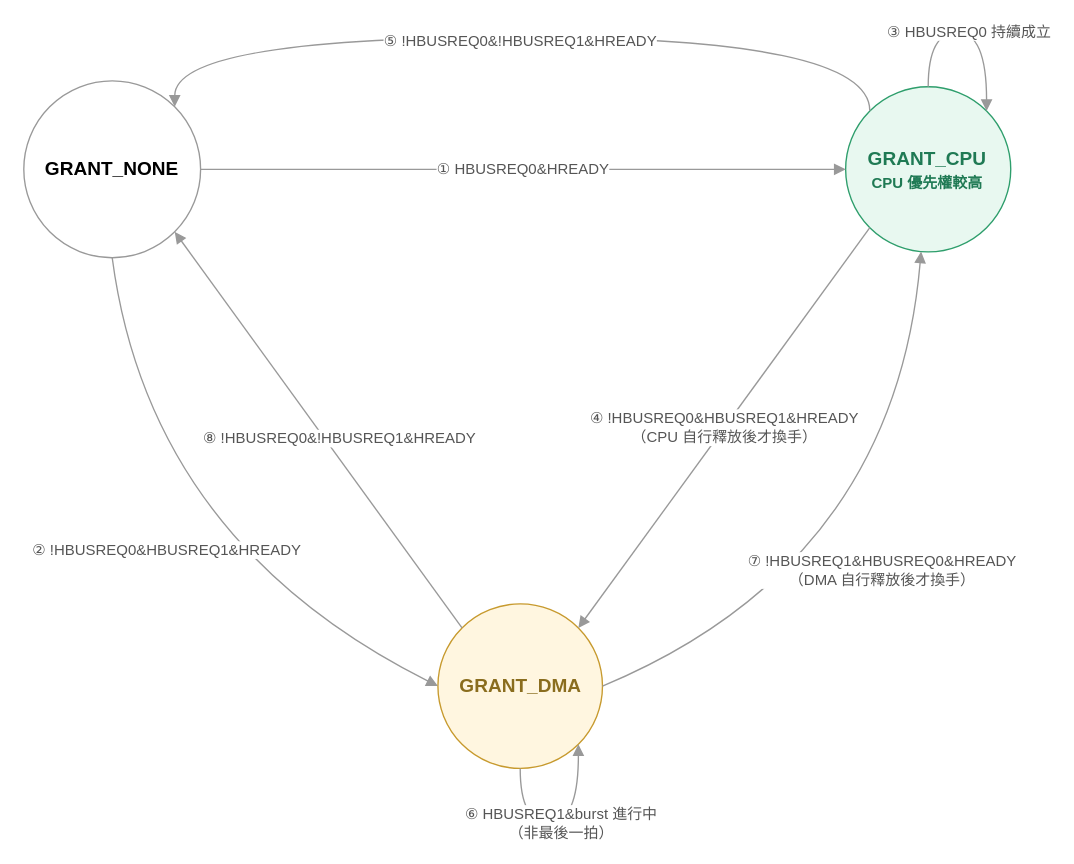
The draw.io diagram HW1/Upload/ahb_arbiter_fsm.drawio in shj-F115112128/SOC_Practice, before the edit. Source tidied: cells renumbered, new cells numbered last; positions are measured from the earlier drawing's top-left corner, leaving out a move shared by most shapes. Both pictures are drawn from the tidied source at 136%, with x=0, y=0 at pixel (23, 31).
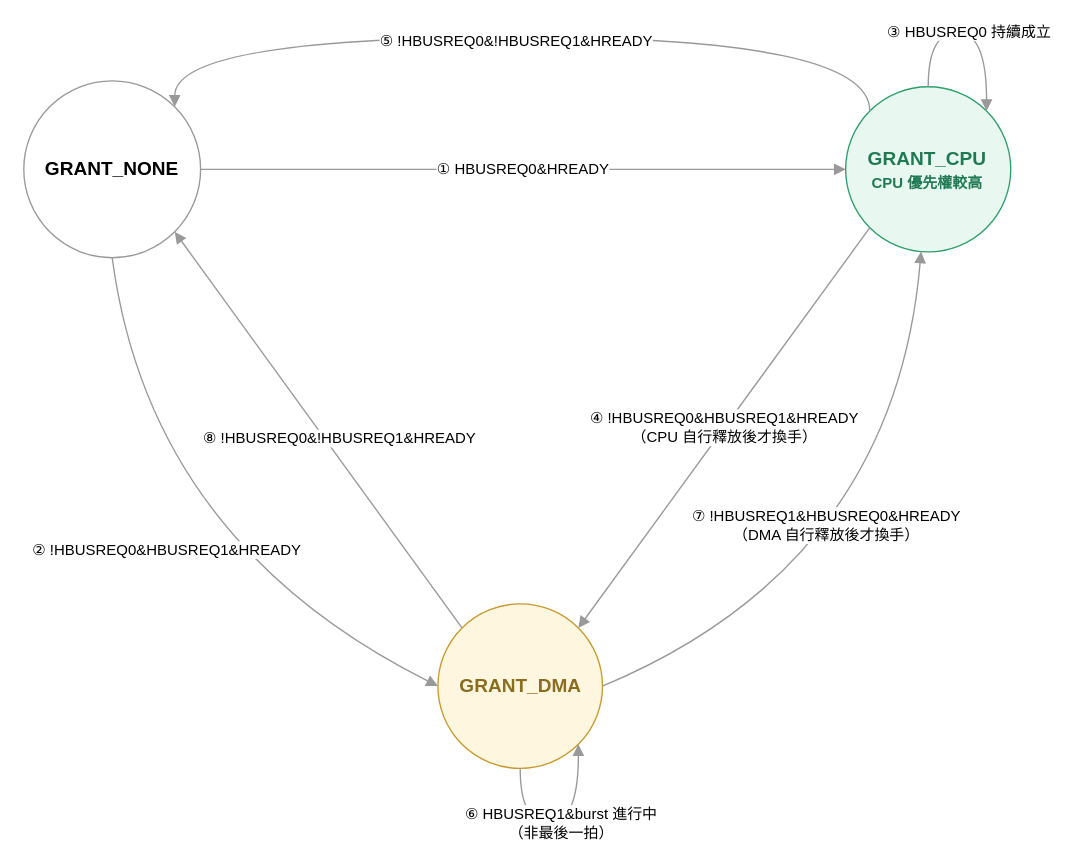
The same diagram, later.

The change refers to these unchanged cells:
```xml
<mxCell id="2" value="GRANT_NONE" style="ellipse;whiteSpace=wrap;html=1;fillColor=#FFFFFF;strokeColor=#999999;fontSize=14;fontStyle=1;" parent="1" vertex="1">
  <mxGeometry y="36" width="130" height="130" as="geometry" />
</mxCell>
<mxCell id="3" value="GRANT_CPU&#10;&lt;font style=&quot;font-size:11px&quot; color=&quot;#1F7A54&quot;&gt;CPU 優先權較高&lt;/font&gt;" style="ellipse;whiteSpace=wrap;html=1;fillColor=#E8F8F0;strokeColor=#2E9E6C;fontColor=#1F7A54;fontSize=14;fontStyle=1;" parent="1" vertex="1">
  <mxGeometry x="604.3" y="40.3" width="121.4" height="121.4" as="geometry" />
</mxCell>
<mxCell id="4" value="GRANT_DMA" style="ellipse;whiteSpace=wrap;html=1;fillColor=#FFF6E0;strokeColor=#C79A2E;fontColor=#8A6D1E;fontSize=14;fontStyle=1;" parent="1" vertex="1">
  <mxGeometry x="304.5" y="420.5" width="121" height="121" as="geometry" />
</mxCell>
```

What changed in the source:
```diff
@@
-    <mxCell id="5" value="① HBUSREQ0&amp;HREADY" style="curved=1;endArrow=block;html=1;strokeColor=#999999;fontSize=11;fontColor=#555555;" parent="1" edge="1" source="2" target="3">
+    <mxCell id="5" value="&lt;span style=&quot;color: light-dark(rgb(0, 0, 0), rgb(102, 102, 102));&quot;&gt;① HBUSREQ0&amp;amp;HREADY&lt;/span&gt;" style="curved=1;endArrow=block;html=1;strokeColor=#999999;fontSize=11;fontColor=#555555;" parent="1" edge="1" source="2" target="3">
       <mxGeometry relative="1" as="geometry" />
     </mxCell>
-    <mxCell id="6" value="② !HBUSREQ0&amp;HBUSREQ1&amp;HREADY" style="curved=1;endArrow=block;html=1;strokeColor=#999999;fontSize=11;fontColor=#555555;exitX=0.5;exitY=1;exitDx=0;exitDy=0;entryX=0;entryY=0.5;entryDx=0;entryDy=0;" parent="1" edge="1" source="2" target="4">
+    <mxCell id="6" value="&lt;span style=&quot;color: light-dark(rgb(0, 0, 0), rgb(102, 102, 102));&quot;&gt;② !HBUSREQ0&amp;amp;HBUSREQ1&amp;amp;HREADY&lt;/span&gt;" style="curved=1;endArrow=block;html=1;strokeColor=#999999;fontSize=11;fontColor=#555555;exitX=0.5;exitY=1;exitDx=0;exitDy=0;entryX=0;entryY=0.5;entryDx=0;entryDy=0;" parent="1" edge="1" source="2" target="4">
       <mxGeometry relative="1" as="geometry">
         <Array as="points">
           <mxPoint x="92.6" y="374.8" />
         </Array>
       </mxGeometry>
     </mxCell>
-    <mxCell id="7" value="③ HBUSREQ0 持續成立" style="curved=1;endArrow=block;html=1;strokeColor=#999999;fontSize=11;fontColor=#555555;exitX=0.5;exitY=0;exitDx=0;exitDy=0;entryX=1;entryY=0;entryDx=0;entryDy=0;edgeStyle=orthogonalEdgeStyle;innerLoopWaypoints=1;" parent="1" edge="1" source="3" target="3">
+    <mxCell id="7" value="&lt;span style=&quot;color: light-dark(rgb(0, 0, 0), rgb(102, 102, 102));&quot;&gt;③ HBUSREQ0 持續成立&lt;/span&gt;" style="curved=1;endArrow=block;html=1;strokeColor=#999999;fontSize=11;fontColor=#555555;exitX=0.5;exitY=0;exitDx=0;exitDy=0;entryX=1;entryY=0;entryDx=0;entryDy=0;edgeStyle=orthogonalEdgeStyle;innerLoopWaypoints=1;" parent="1" edge="1" source="3" target="3">
       <mxGeometry relative="1" as="geometry">
         <Array as="points">
           <mxPoint x="665" y="0.3" />
           <mxPoint x="707.9" y="0.3" />
         </Array>
       </mxGeometry>
     </mxCell>
-    <mxCell id="8" value="④ !HBUSREQ0&amp;HBUSREQ1&amp;HREADY&#10;（CPU 自行釋放後才換手）" style="curved=1;endArrow=block;html=1;strokeColor=#999999;fontSize=11;fontColor=#555555;entryX=1;entryY=0;entryDx=0;entryDy=0;exitX=0;exitY=1;exitDx=0;exitDy=0;" parent="1" edge="1" source="3" target="4">
+    <mxCell id="8" value="&lt;span style=&quot;color: light-dark(rgb(0, 0, 0), rgb(102, 102, 102));&quot;&gt;④ !HBUSREQ0&amp;amp;HBUSREQ1&amp;amp;HREADY&lt;br&gt;（CPU 自行釋放後才換手）&lt;/span&gt;" style="curved=1;endArrow=block;html=1;strokeColor=#999999;fontSize=11;fontColor=#555555;entryX=1;entryY=0;entryDx=0;entryDy=0;exitX=0;exitY=1;exitDx=0;exitDy=0;" parent="1" edge="1" source="3" target="4">
       <mxGeometry relative="1" as="geometry" />
     </mxCell>
-    <mxCell id="9" value="⑤ !HBUSREQ0&amp;!HBUSREQ1&amp;HREADY" style="curved=1;endArrow=block;html=1;strokeColor=#999999;fontSize=11;fontColor=#555555;exitX=0;exitY=0;exitDx=0;exitDy=0;entryX=1;entryY=0;entryDx=0;entryDy=0;edgeStyle=orthogonalEdgeStyle;curveGeometry=1;" parent="1" edge="1" source="3" target="2">
-      <mxGeometry x="0.01" y="3" relative="1" as="geometry">
+    <mxCell id="9" value="&lt;span style=&quot;color: light-dark(rgb(0, 0, 0), rgb(102, 102, 102));&quot;&gt;⑤ !HBUSREQ0&amp;amp;!HBUSREQ1&amp;amp;HREADY&lt;/span&gt;" style="curved=1;endArrow=block;html=1;strokeColor=#999999;fontSize=11;fontColor=#555555;exitX=0;exitY=0;exitDx=0;exitDy=0;entryX=1;entryY=0;entryDx=0;entryDy=0;edgeStyle=orthogonalEdgeStyle;curveGeometry=1;" parent="1" edge="1" source="3" target="2">
+      <mxGeometry x="0.02" y="3" relative="1" as="geometry">
         <Array as="points">
           <mxPoint x="622.1" y="3.9" />
           <mxPoint x="111" y="3.9" />
         </Array>
       </mxGeometry>
     </mxCell>
-    <mxCell id="10" value="⑥ HBUSREQ1&amp;burst 進行中&#10;（非最後一拍）" style="curved=1;endArrow=block;html=1;strokeColor=#999999;fontSize=11;fontColor=#555555;exitX=0.5;exitY=1;exitDx=0;exitDy=0;entryX=1;entryY=1;entryDx=0;entryDy=0;edgeStyle=orthogonalEdgeStyle;innerLoopWaypoints=1;" parent="1" edge="1" source="4" target="4">
+    <mxCell id="10" value="&lt;span style=&quot;color: light-dark(rgb(0, 0, 0), rgb(102, 102, 102));&quot;&gt;⑥ HBUSREQ1&amp;amp;burst 進行中&lt;br&gt;（非最後一拍）&lt;/span&gt;" style="curved=1;endArrow=block;html=1;strokeColor=#999999;fontSize=11;fontColor=#555555;exitX=0.5;exitY=1;exitDx=0;exitDy=0;entryX=1;entryY=1;entryDx=0;entryDy=0;edgeStyle=orthogonalEdgeStyle;innerLoopWaypoints=1;" parent="1" edge="1" source="4" target="4">
       <mxGeometry relative="1" as="geometry">
         <Array as="points">
           <mxPoint x="365" y="581.5" />
           <mxPoint x="407.8" y="581.5" />
         </Array>
       </mxGeometry>
     </mxCell>
-    <mxCell id="11" value="⑦ !HBUSREQ1&amp;HBUSREQ0&amp;HREADY&#10;（DMA 自行釋放後才換手）" style="curved=1;endArrow=block;html=1;strokeColor=#999999;fontSize=11;fontColor=#555555;exitX=1;exitY=0.5;exitDx=0;exitDy=0;" parent="1" edge="1" source="4" target="3">
-      <mxGeometry x="-0.04" y="-1" relative="1" as="geometry">
+    <mxCell id="11" value="&lt;span style=&quot;color: light-dark(rgb(0, 0, 0), rgb(102, 102, 102));&quot;&gt;⑦ !HBUSREQ1&amp;amp;HBUSREQ0&amp;amp;HREADY&lt;br&gt;（DMA 自行釋放後才換手）&lt;/span&gt;" style="curved=1;endArrow=block;html=1;strokeColor=#999999;fontSize=11;fontColor=#555555;exitX=1;exitY=0.5;exitDx=0;exitDy=0;" parent="1" edge="1" source="4" target="3">
+      <mxGeometry x="-0.15" y="46" relative="1" as="geometry">
         <Array as="points">
           <mxPoint x="639.9" y="391.6" />
         </Array>
       </mxGeometry>
     </mxCell>
-    <mxCell id="12" value="⑧ !HBUSREQ0&amp;!HBUSREQ1&amp;HREADY" style="curved=1;endArrow=block;html=1;strokeColor=#999999;fontSize=11;fontColor=#555555;entryX=1;entryY=1;entryDx=0;entryDy=0;exitX=0;exitY=0;exitDx=0;exitDy=0;" parent="1" edge="1" source="4" target="2">
+    <mxCell id="12" value="&lt;span style=&quot;color: light-dark(rgb(0, 0, 0), rgb(102, 102, 102));&quot;&gt;⑧ !HBUSREQ0&amp;amp;!HBUSREQ1&amp;amp;HREADY&lt;/span&gt;" style="curved=1;endArrow=block;html=1;strokeColor=#999999;fontSize=11;fontColor=#555555;entryX=1;entryY=1;entryDx=0;entryDy=0;exitX=0;exitY=0;exitDx=0;exitDy=0;" parent="1" edge="1" source="4" target="2">
       <mxGeometry x="-0.08" y="-9" relative="1" as="geometry" />
     </mxCell>
```
